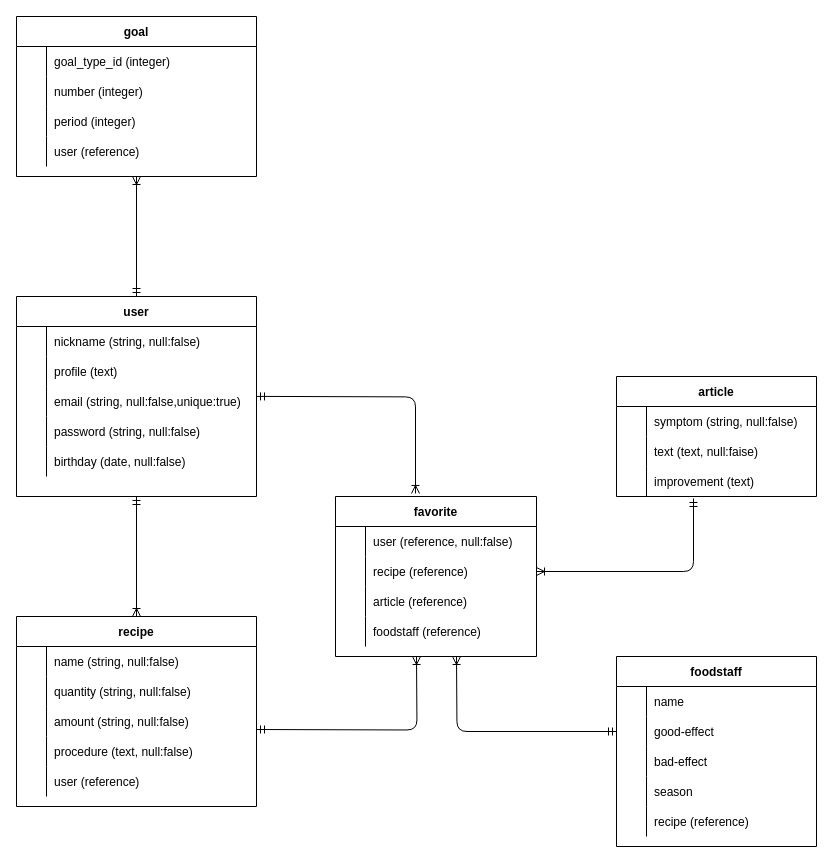
Earlier version of the draw.io diagram health-care.dio (yabuuuu/health-care35981). Source tidied: cells renumbered, new cells numbered last; positions are measured from the earlier drawing's top-left corner, leaving out a move shared by most shapes. Both pictures are drawn from the tidied source at 100%, with x=0, y=0 at pixel (16, 16).
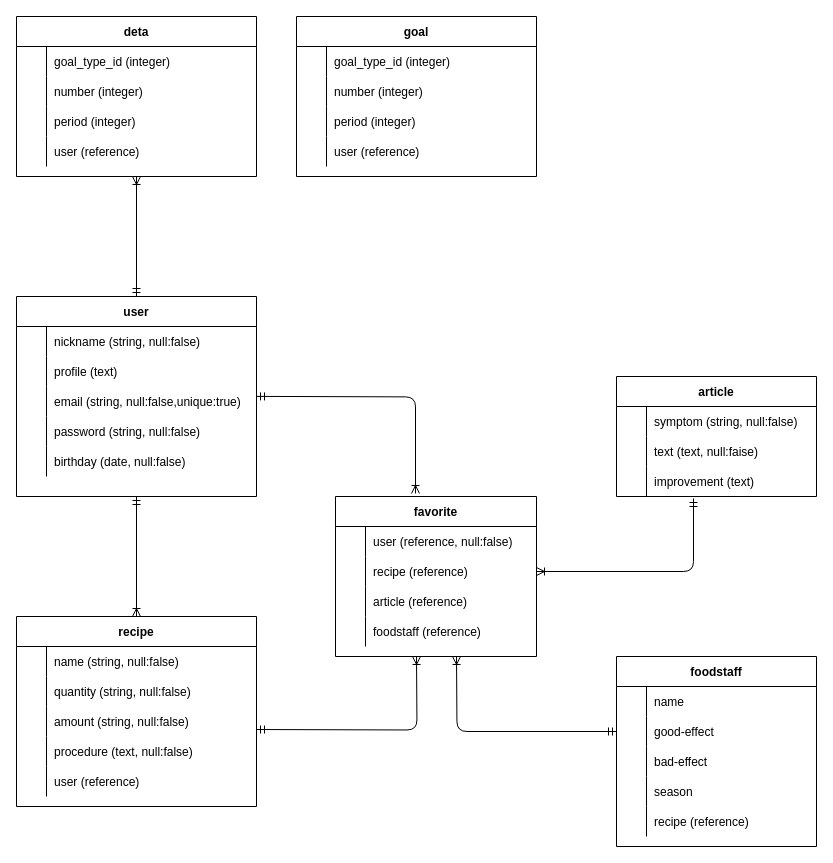
The same diagram, later.

What changed in the source:
```diff
@@
-    <mxCell id="2" value="goal" style="shape=table;startSize=30;childLayout=tableLayout;rowLines=0;fontStyle=1;align=center;" parent="1" vertex="1">
+    <mxCell id="2" value="deta" style="shape=table;startSize=30;childLayout=tableLayout;rowLines=0;fontStyle=1;align=center;" parent="1" vertex="1">
       <mxGeometry width="240" height="160" as="geometry" />
     </mxCell>
@@
+    <mxCell id="92" value="goal" style="shape=table;startSize=30;childLayout=tableLayout;rowLines=0;fontStyle=1;align=center;" parent="1" vertex="1">
+      <mxGeometry x="280" width="240" height="160" as="geometry" />
+    </mxCell>
+    <mxCell id="93" style="shape=partialRectangle;fillColor=none;top=0;left=0;bottom=0;right=0;" parent="92" vertex="1">
+      <mxGeometry y="30" width="240" height="30" as="geometry" />
+    </mxCell>
+    <mxCell id="94" style="shape=partialRectangle;fillColor=none;top=0;left=0;bottom=0;right=0;overflow=hidden;" parent="93" vertex="1">
+      <mxGeometry width="30" height="30" as="geometry" />
+    </mxCell>
+    <mxCell id="95" value="goal_type_id (integer)" style="shape=partialRectangle;fillColor=none;top=0;left=0;bottom=0;right=0;align=left;spacingLeft=6;overflow=hidden;" parent="93" vertex="1">
+      <mxGeometry x="30" width="210" height="30" as="geometry" />
+    </mxCell>
+    <mxCell id="96" style="shape=partialRectangle;fillColor=none;top=0;left=0;bottom=0;right=0;" parent="92" vertex="1">
+      <mxGeometry y="60" width="240" height="30" as="geometry" />
+    </mxCell>
+    <mxCell id="97" style="shape=partialRectangle;fillColor=none;top=0;left=0;bottom=0;right=0;overflow=hidden;" parent="96" vertex="1">
+      <mxGeometry width="30" height="30" as="geometry" />
+    </mxCell>
+    <mxCell id="98" value="number (integer)" style="shape=partialRectangle;fillColor=none;top=0;left=0;bottom=0;right=0;align=left;spacingLeft=6;overflow=hidden;" parent="96" vertex="1">
+      <mxGeometry x="30" width="210" height="30" as="geometry" />
+    </mxCell>
+    <mxCell id="99" style="shape=partialRectangle;fillColor=none;top=0;left=0;bottom=0;right=0;" parent="92" vertex="1">
+      <mxGeometry y="90" width="240" height="30" as="geometry" />
+    </mxCell>
+    <mxCell id="100" style="shape=partialRectangle;fillColor=none;top=0;left=0;bottom=0;right=0;overflow=hidden;" parent="99" vertex="1">
+      <mxGeometry width="30" height="30" as="geometry" />
+    </mxCell>
+    <mxCell id="101" value="period (integer)" style="shape=partialRectangle;fillColor=none;top=0;left=0;bottom=0;right=0;align=left;spacingLeft=6;overflow=hidden;" parent="99" vertex="1">
+      <mxGeometry x="30" width="210" height="30" as="geometry" />
+    </mxCell>
+    <mxCell id="102" style="shape=partialRectangle;fillColor=none;top=0;left=0;bottom=0;right=0;" parent="92" vertex="1">
+      <mxGeometry y="120" width="240" height="30" as="geometry" />
+    </mxCell>
+    <mxCell id="103" style="shape=partialRectangle;fillColor=none;top=0;left=0;bottom=0;right=0;overflow=hidden;" parent="102" vertex="1">
+      <mxGeometry width="30" height="30" as="geometry" />
+    </mxCell>
+    <mxCell id="104" value="user (reference)" style="shape=partialRectangle;fillColor=none;top=0;left=0;bottom=0;right=0;align=left;spacingLeft=6;overflow=hidden;" parent="102" vertex="1">
+      <mxGeometry x="30" width="210" height="30" as="geometry" />
+    </mxCell>
```
